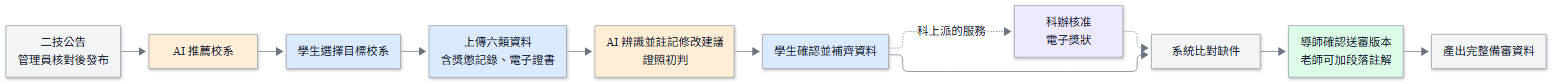
vujhdcusa/1028 keeps this Mermaid diagram as docs/images/D-15-report-overview.png. Above is the earlier version. Its source is kept beside it as docs/images/D-15-report-overview.mmd.
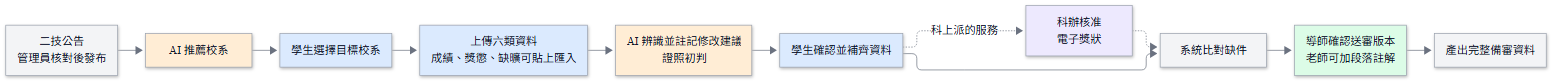
Later version of the same file.

The edit, as a diff of the source:
```diff
@@ -8,7 +8,7 @@
 
     Notice[二技公告<br/>管理員核對後發布]:::system --> Recommend
     Recommend[AI 推薦校系]:::ai --> Target[學生選擇目標校系]:::student
-    Target --> Upload[上傳六類資料<br/>含獎懲記錄、電子證書]:::student
+    Target --> Upload[上傳六類資料<br/>成績、獎懲、缺曠可貼上匯入]:::student
     Upload --> Check[AI 辨識並註記修改建議<br/>證照初判]:::ai
     Check --> Confirm[學生確認並補齊資料]:::student
     Confirm -.科上派的服務.-> Staff[科辦核准<br/>電子獎狀]:::staff
```
